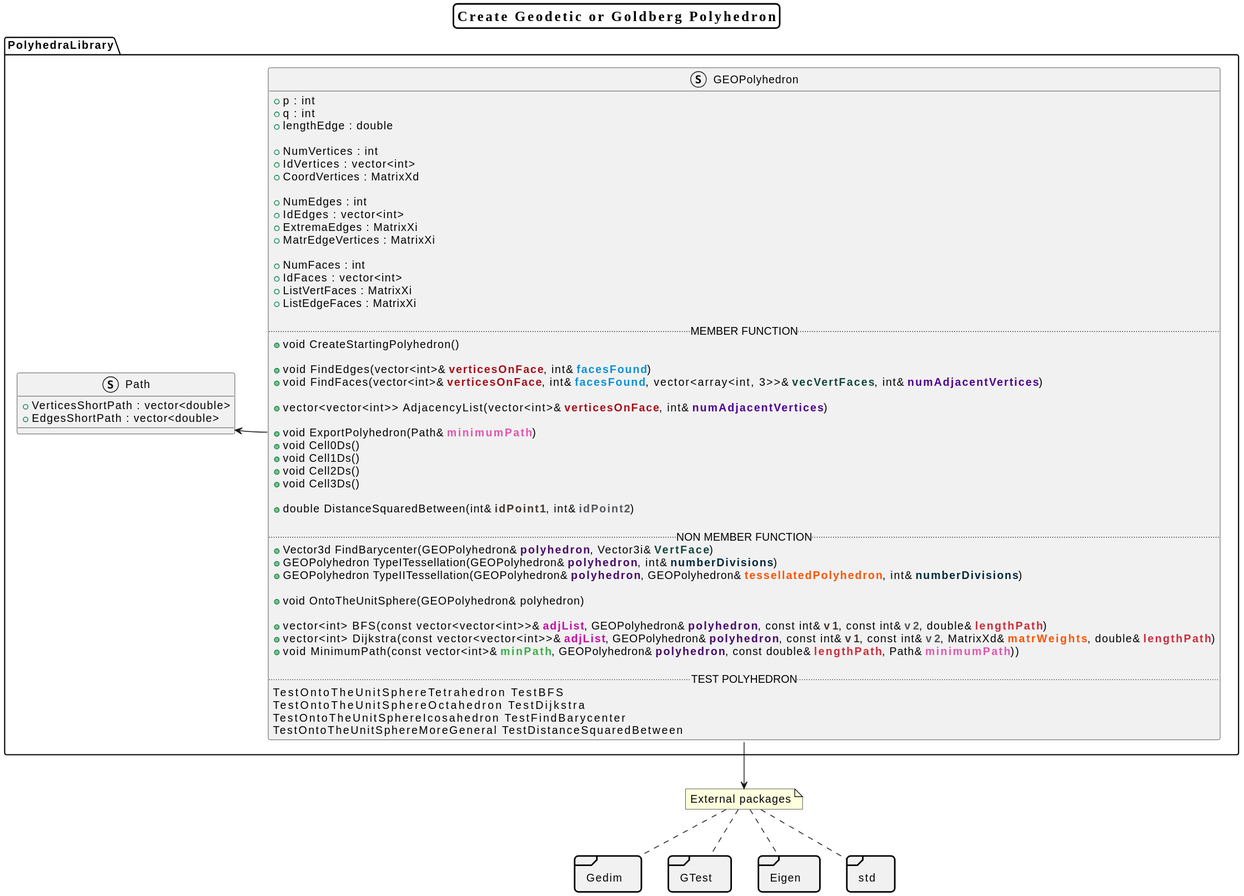
Above: Documentation/SVG_images/PolyhedraLibrary.svg in M4rc10n3/ProgettoPCS2025 (PlantUML), before the change.
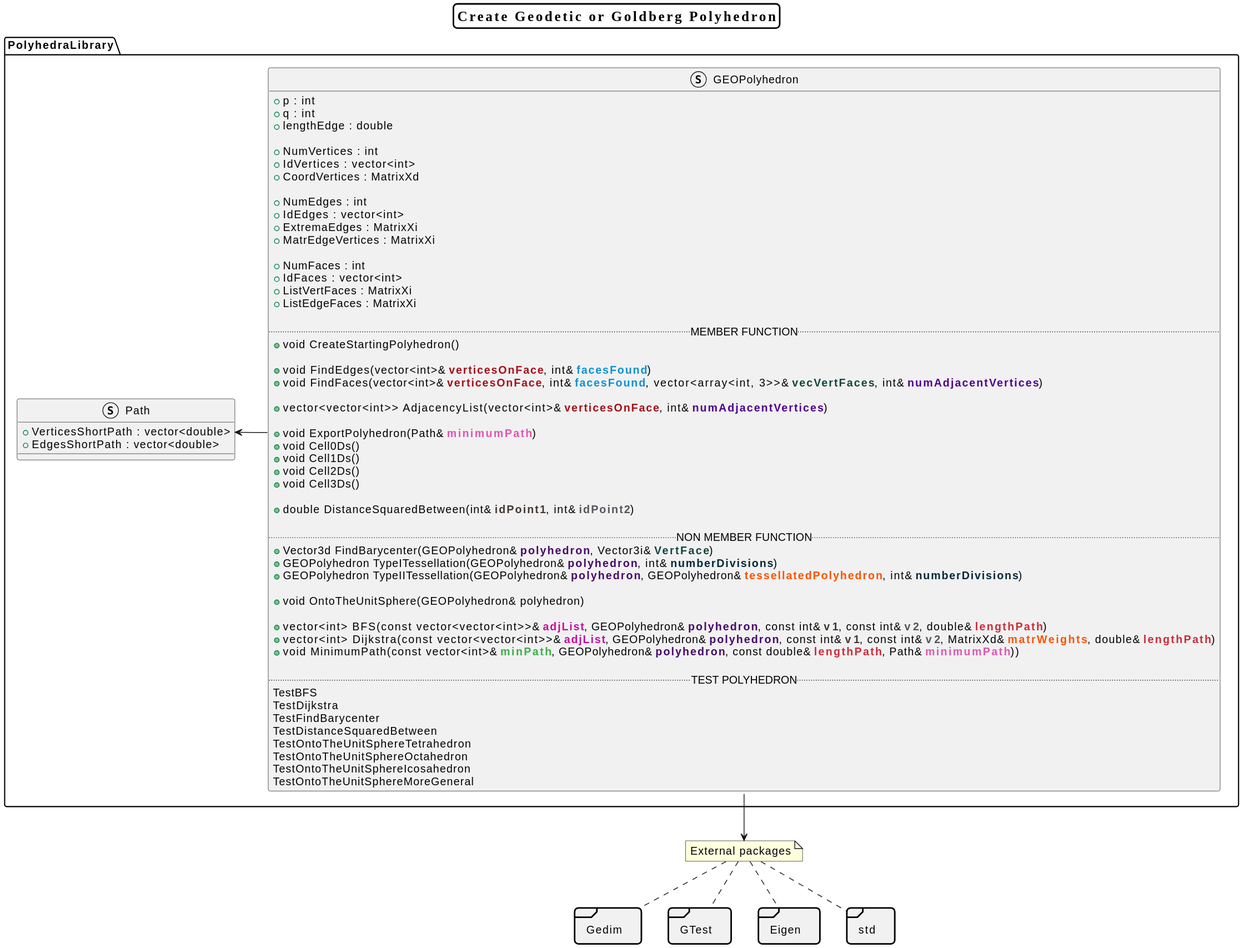
After the change.

Commit message:
Found a bug in the svg image, so I modified it

What changed in the source:
```diff
@@ -65,10 +65,14 @@
   + void MinimumPath(const vector<int>& **<color:#3BAF49>minPath</color>**, GEOPolyhedron& **<color #470968>polyhedron</color>**, const double& **<color:#CE2A39>lengthPath</color>**, Path& **<color:#E255B1>minimumPath</color>**))
 
   .. TEST POLYHEDRON ..
-  TestOntoTheUnitSphereTetrahedron              TestBFS
-  TestOntoTheUnitSphereOctahedron               TestDijkstra
-  TestOntoTheUnitSphereIcosahedron              TestFindBarycenter
-  TestOntoTheUnitSphereMoreGeneral             TestDistanceSquaredBetween
+  TestBFS
+  TestDijkstra
+  TestFindBarycenter
+  TestDistanceSquaredBetween
+  TestOntoTheUnitSphereTetrahedron
+  TestOntoTheUnitSphereOctahedron
+  TestOntoTheUnitSphereIcosahedron
+  TestOntoTheUnitSphereMoreGeneral
   }
 
 struct Path {
```
